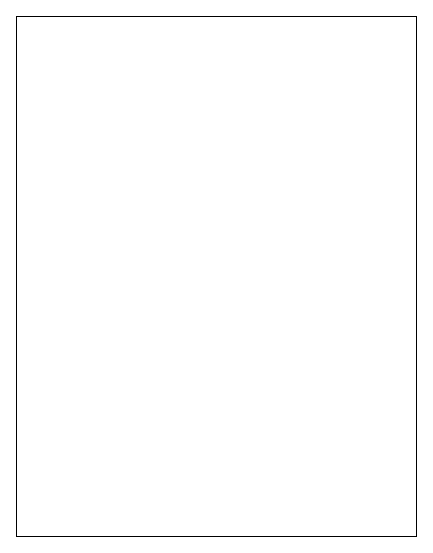
This is Untitled Diagram.drawio from JohnSaff/kanban, a draw.io file, before an edit. Source tidied: cells renumbered, new cells numbered last; positions are measured from the earlier drawing's top-left corner, leaving out a move shared by most shapes. Both pictures are drawn from the tidied source at 100%, with x=0, y=0 at pixel (16, 16).
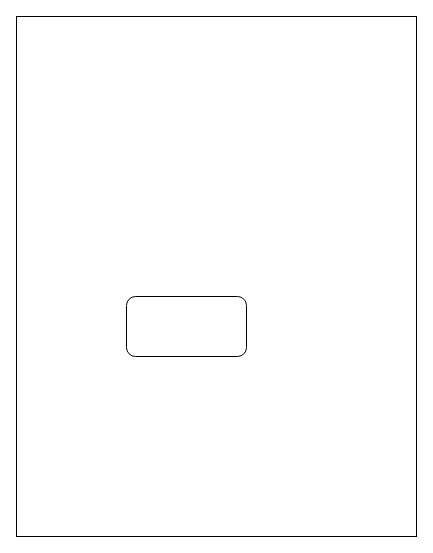
After the change.

What changed in the source:
```diff
@@
 <mxGraphModel>
   <root>
     <mxCell id="0" />
     <mxCell id="1" parent="0" />
     <mxCell id="2" style="rounded=0;whiteSpace=wrap;html=1;" parent="1" vertex="1">
       <mxGeometry width="400" height="520" as="geometry" />
     </mxCell>
+    <mxCell id="3" style="rounded=1;whiteSpace=wrap;html=1;" parent="1" vertex="1">
+      <mxGeometry x="110" y="280" width="120" height="60" as="geometry" />
+    </mxCell>
   </root>
 </mxGraphModel>
```
